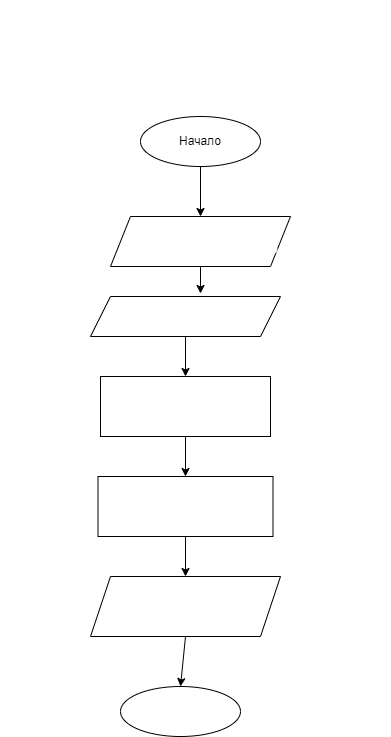
This is Task10/.drawio.png from Tanyavers/HW, a draw.io export, as it was before one commit. Source tidied: cells renumbered, new cells last; positions are measured from the earlier drawing's top-left corner, leaving out a move shared by most shapes. Source of this version:
```xml
<mxGraphModel>
  <root>
    <mxCell id="0" />
    <mxCell id="1" parent="0" />
    <mxCell id="2" value="&lt;br&gt;&lt;br&gt;&lt;font color=&quot;#ffffff&quot;&gt;&lt;strong style=&quot;box-sizing: border-box ; font-weight: 700 ; font-family: &amp;#34;roboto&amp;#34; , &amp;#34;san francisco&amp;#34; , &amp;#34;helvetica neue&amp;#34; , &amp;#34;helvetica&amp;#34; , &amp;#34;arial&amp;#34; ; font-size: 15px ; font-style: normal ; letter-spacing: normal ; text-indent: 0px ; text-transform: none ; word-spacing: 0px&quot;&gt;Задача 10:&lt;/strong&gt;&lt;span style=&quot;font-family: &amp;#34;roboto&amp;#34; , &amp;#34;san francisco&amp;#34; , &amp;#34;helvetica neue&amp;#34; , &amp;#34;helvetica&amp;#34; , &amp;#34;arial&amp;#34; ; font-size: 15px ; font-style: normal ; font-weight: 400 ; letter-spacing: normal ; text-indent: 0px ; text-transform: none ; word-spacing: 0px ; display: inline ; float: none&quot;&gt;&lt;span&gt;&amp;nbsp;&lt;/span&gt;Напишите программу, которая принимает на вход трёхзначное число и на выходе показывает&amp;nbsp;&lt;/span&gt;&lt;strong style=&quot;box-sizing: border-box ; font-weight: 700 ; font-family: &amp;#34;roboto&amp;#34; , &amp;#34;san francisco&amp;#34; , &amp;#34;helvetica neue&amp;#34; , &amp;#34;helvetica&amp;#34; , &amp;#34;arial&amp;#34; ; font-size: 15px ; font-style: normal ; letter-spacing: normal ; text-indent: 0px ; text-transform: none ; word-spacing: 0px&quot;&gt;вторую&lt;/strong&gt;&lt;span style=&quot;font-family: &amp;#34;roboto&amp;#34; , &amp;#34;san francisco&amp;#34; , &amp;#34;helvetica neue&amp;#34; , &amp;#34;helvetica&amp;#34; , &amp;#34;arial&amp;#34; ; font-size: 15px ; font-style: normal ; font-weight: 400 ; letter-spacing: normal ; text-indent: 0px ; text-transform: none ; word-spacing: 0px ; display: inline ; float: none&quot;&gt;&amp;nbsp;цифру этого числа.&lt;/span&gt;&lt;/font&gt;" style="text;html=1;strokeColor=none;fillColor=none;align=center;verticalAlign=middle;whiteSpace=wrap;rounded=0;" parent="1" vertex="1">
      <mxGeometry width="390" height="30" as="geometry" />
    </mxCell>
    <mxCell id="3" style="edgeStyle=none;html=1;exitX=0.5;exitY=1;exitDx=0;exitDy=0;entryX=0.5;entryY=0;entryDx=0;entryDy=0;fontColor=#FFFFFF;" parent="1" edge="1" source="4" target="6">
      <mxGeometry relative="1" as="geometry" />
    </mxCell>
    <mxCell id="4" value="Начало" style="ellipse;whiteSpace=wrap;html=1;" parent="1" vertex="1">
      <mxGeometry x="140" y="90" width="120" height="50" as="geometry" />
    </mxCell>
    <mxCell id="5" style="edgeStyle=none;html=1;exitX=0.5;exitY=1;exitDx=0;exitDy=0;entryX=0.579;entryY=-0.075;entryDx=0;entryDy=0;entryPerimeter=0;fontColor=#FFFFFF;" parent="1" edge="1" source="6" target="8">
      <mxGeometry relative="1" as="geometry" />
    </mxCell>
    <mxCell id="6" value="&lt;font color=&quot;#ffffff&quot;&gt;Вывод&lt;br&gt;Введите трехзначное число&lt;/font&gt;" style="shape=parallelogram;perimeter=parallelogramPerimeter;whiteSpace=wrap;html=1;fixedSize=1;" parent="1" vertex="1">
      <mxGeometry x="110" y="190" width="180" height="50" as="geometry" />
    </mxCell>
    <mxCell id="7" style="edgeStyle=none;html=1;exitX=0.5;exitY=1;exitDx=0;exitDy=0;entryX=0.5;entryY=0;entryDx=0;entryDy=0;fontColor=#FFFFFF;" parent="1" edge="1" source="8" target="10">
      <mxGeometry relative="1" as="geometry" />
    </mxCell>
    <mxCell id="8" value="Ввод&lt;br&gt;a" style="shape=parallelogram;perimeter=parallelogramPerimeter;whiteSpace=wrap;html=1;fixedSize=1;labelBackgroundColor=none;fontColor=#FFFFFF;" parent="1" vertex="1">
      <mxGeometry x="90" y="270" width="190" height="40" as="geometry" />
    </mxCell>
    <mxCell id="9" style="edgeStyle=none;html=1;exitX=0.5;exitY=1;exitDx=0;exitDy=0;entryX=0.5;entryY=0;entryDx=0;entryDy=0;fontColor=#FFFFFF;" parent="1" edge="1" source="10" target="14">
      <mxGeometry relative="1" as="geometry" />
    </mxCell>
    <mxCell id="10" value="&lt;span style=&quot;font-family: &amp;#34;consolas&amp;#34; , &amp;#34;courier new&amp;#34; , monospace ; font-size: 14px&quot;&gt;b = a.ToCharArray&lt;/span&gt;" style="rounded=0;whiteSpace=wrap;html=1;labelBackgroundColor=none;fontColor=#FFFFFF;" parent="1" vertex="1">
      <mxGeometry x="100" y="350" width="170" height="60" as="geometry" />
    </mxCell>
    <mxCell id="11" style="edgeStyle=none;html=1;exitX=0.5;exitY=1;exitDx=0;exitDy=0;entryX=0.5;entryY=0;entryDx=0;entryDy=0;fontColor=#FFFFFF;" parent="1" edge="1" source="12" target="15">
      <mxGeometry relative="1" as="geometry" />
    </mxCell>
    <mxCell id="12" value="Вывод&lt;br&gt;c" style="shape=parallelogram;perimeter=parallelogramPerimeter;whiteSpace=wrap;html=1;fixedSize=1;labelBackgroundColor=none;fontColor=#FFFFFF;" parent="1" vertex="1">
      <mxGeometry x="90" y="550" width="190" height="60" as="geometry" />
    </mxCell>
    <mxCell id="13" style="edgeStyle=none;html=1;exitX=0.5;exitY=1;exitDx=0;exitDy=0;entryX=0.5;entryY=0;entryDx=0;entryDy=0;fontColor=#FFFFFF;" parent="1" edge="1" source="14" target="12">
      <mxGeometry relative="1" as="geometry" />
    </mxCell>
    <mxCell id="14" value="c =&amp;nbsp;&lt;span style=&quot;font-family: &amp;#34;consolas&amp;#34; , &amp;#34;courier new&amp;#34; , monospace ; font-size: 14px&quot;&gt;a&lt;/span&gt;&lt;span style=&quot;font-family: &amp;#34;consolas&amp;#34; , &amp;#34;courier new&amp;#34; , monospace ; font-size: 14px&quot;&gt;+&lt;/span&gt;&lt;span style=&quot;font-family: &amp;#34;consolas&amp;#34; , &amp;#34;courier new&amp;#34; , monospace ; font-size: 14px&quot;&gt;&quot; -&amp;gt; &quot;&lt;/span&gt;&lt;span style=&quot;font-family: &amp;#34;consolas&amp;#34; , &amp;#34;courier new&amp;#34; , monospace ; font-size: 14px&quot;&gt;+&lt;/span&gt;&lt;span style=&quot;font-family: &amp;#34;consolas&amp;#34; , &amp;#34;courier new&amp;#34; , monospace ; font-size: 14px&quot;&gt;a&lt;/span&gt;&lt;span style=&quot;font-family: &amp;#34;consolas&amp;#34; , &amp;#34;courier new&amp;#34; , monospace ; font-size: 14px&quot;&gt;[&lt;/span&gt;&lt;span style=&quot;font-family: &amp;#34;consolas&amp;#34; , &amp;#34;courier new&amp;#34; , monospace ; font-size: 14px&quot;&gt;1&lt;/span&gt;&lt;span style=&quot;font-family: &amp;#34;consolas&amp;#34; , &amp;#34;courier new&amp;#34; , monospace ; font-size: 14px&quot;&gt;]&lt;/span&gt;" style="rounded=0;whiteSpace=wrap;html=1;labelBackgroundColor=none;fontColor=#FFFFFF;" parent="1" vertex="1">
      <mxGeometry x="97.5" y="450" width="175" height="60" as="geometry" />
    </mxCell>
    <mxCell id="15" value="Конец" style="ellipse;whiteSpace=wrap;html=1;labelBackgroundColor=none;fontColor=#FFFFFF;" parent="1" vertex="1">
      <mxGeometry x="120" y="660" width="120" height="50" as="geometry" />
    </mxCell>
  </root>
</mxGraphModel>
```
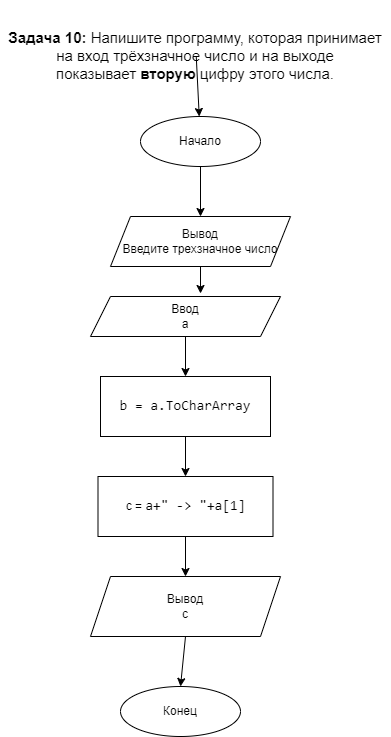
After the change.

Change to the diagram source:
```diff
@@ -2,46 +2,49 @@
   <root>
     <mxCell id="0" />
     <mxCell id="1" parent="0" />
+    <mxCell id="16" style="edgeStyle=none;html=1;fontColor=#000000;" parent="1" edge="1" source="2" target="4">
+      <mxGeometry relative="1" as="geometry" />
+    </mxCell>
-    <mxCell id="2" value="&lt;br&gt;&lt;br&gt;&lt;font color=&quot;#ffffff&quot;&gt;&lt;strong style=&quot;box-sizing: border-box ; font-weight: 700 ; font-family: &amp;#34;roboto&amp;#34; , &amp;#34;san francisco&amp;#34; , &amp;#34;helvetica neue&amp;#34; , &amp;#34;helvetica&amp;#34; , &amp;#34;arial&amp;#34; ; font-size: 15px ; font-style: normal ; letter-spacing: normal ; text-indent: 0px ; text-transform: none ; word-spacing: 0px&quot;&gt;Задача 10:&lt;/strong&gt;&lt;span style=&quot;font-family: &amp;#34;roboto&amp;#34; , &amp;#34;san francisco&amp;#34; , &amp;#34;helvetica neue&amp;#34; , &amp;#34;helvetica&amp;#34; , &amp;#34;arial&amp;#34; ; font-size: 15px ; font-style: normal ; font-weight: 400 ; letter-spacing: normal ; text-indent: 0px ; text-transform: none ; word-spacing: 0px ; display: inline ; float: none&quot;&gt;&lt;span&gt;&amp;nbsp;&lt;/span&gt;Напишите программу, которая принимает на вход трёхзначное число и на выходе показывает&amp;nbsp;&lt;/span&gt;&lt;strong style=&quot;box-sizing: border-box ; font-weight: 700 ; font-family: &amp;#34;roboto&amp;#34; , &amp;#34;san francisco&amp;#34; , &amp;#34;helvetica neue&amp;#34; , &amp;#34;helvetica&amp;#34; , &amp;#34;arial&amp;#34; ; font-size: 15px ; font-style: normal ; letter-spacing: normal ; text-indent: 0px ; text-transform: none ; word-spacing: 0px&quot;&gt;вторую&lt;/strong&gt;&lt;span style=&quot;font-family: &amp;#34;roboto&amp;#34; , &amp;#34;san francisco&amp;#34; , &amp;#34;helvetica neue&amp;#34; , &amp;#34;helvetica&amp;#34; , &amp;#34;arial&amp;#34; ; font-size: 15px ; font-style: normal ; font-weight: 400 ; letter-spacing: normal ; text-indent: 0px ; text-transform: none ; word-spacing: 0px ; display: inline ; float: none&quot;&gt;&amp;nbsp;цифру этого числа.&lt;/span&gt;&lt;/font&gt;" style="text;html=1;strokeColor=none;fillColor=none;align=center;verticalAlign=middle;whiteSpace=wrap;rounded=0;" parent="1" vertex="1">
+    <mxCell id="2" value="&lt;br&gt;&lt;br&gt;&lt;font&gt;&lt;strong style=&quot;box-sizing: border-box ; font-weight: 700 ; font-family: &amp;quot;roboto&amp;quot; , &amp;quot;san francisco&amp;quot; , &amp;quot;helvetica neue&amp;quot; , &amp;quot;helvetica&amp;quot; , &amp;quot;arial&amp;quot; ; font-size: 15px ; font-style: normal ; letter-spacing: normal ; text-indent: 0px ; text-transform: none ; word-spacing: 0px&quot;&gt;Задача 10:&lt;/strong&gt;&lt;span style=&quot;font-family: &amp;quot;roboto&amp;quot; , &amp;quot;san francisco&amp;quot; , &amp;quot;helvetica neue&amp;quot; , &amp;quot;helvetica&amp;quot; , &amp;quot;arial&amp;quot; ; font-size: 15px ; font-style: normal ; font-weight: 400 ; letter-spacing: normal ; text-indent: 0px ; text-transform: none ; word-spacing: 0px ; display: inline ; float: none&quot;&gt;&lt;span&gt;&amp;nbsp;&lt;/span&gt;Напишите программу, которая принимает на вход трёхзначное число и на выходе показывает&amp;nbsp;&lt;/span&gt;&lt;strong style=&quot;box-sizing: border-box ; font-weight: 700 ; font-family: &amp;quot;roboto&amp;quot; , &amp;quot;san francisco&amp;quot; , &amp;quot;helvetica neue&amp;quot; , &amp;quot;helvetica&amp;quot; , &amp;quot;arial&amp;quot; ; font-size: 15px ; font-style: normal ; letter-spacing: normal ; text-indent: 0px ; text-transform: none ; word-spacing: 0px&quot;&gt;вторую&lt;/strong&gt;&lt;span style=&quot;font-family: &amp;quot;roboto&amp;quot; , &amp;quot;san francisco&amp;quot; , &amp;quot;helvetica neue&amp;quot; , &amp;quot;helvetica&amp;quot; , &amp;quot;arial&amp;quot; ; font-size: 15px ; font-style: normal ; font-weight: 400 ; letter-spacing: normal ; text-indent: 0px ; text-transform: none ; word-spacing: 0px ; display: inline ; float: none&quot;&gt;&amp;nbsp;цифру этого числа.&lt;/span&gt;&lt;/font&gt;" style="text;html=1;strokeColor=none;fillColor=none;align=center;verticalAlign=middle;whiteSpace=wrap;rounded=0;fontColor=#000000;" parent="1" vertex="1">
       <mxGeometry width="390" height="30" as="geometry" />
     </mxCell>
-    <mxCell id="3" style="edgeStyle=none;html=1;exitX=0.5;exitY=1;exitDx=0;exitDy=0;entryX=0.5;entryY=0;entryDx=0;entryDy=0;fontColor=#FFFFFF;" parent="1" edge="1" source="4" target="6">
+    <mxCell id="3" style="edgeStyle=none;html=1;exitX=0.5;exitY=1;exitDx=0;exitDy=0;entryX=0.5;entryY=0;entryDx=0;entryDy=0;fontColor=#000000;" parent="1" edge="1" source="4" target="6">
       <mxGeometry relative="1" as="geometry" />
     </mxCell>
-    <mxCell id="4" value="Начало" style="ellipse;whiteSpace=wrap;html=1;" parent="1" vertex="1">
+    <mxCell id="4" value="&lt;font&gt;Начало&lt;/font&gt;" style="ellipse;whiteSpace=wrap;html=1;fontColor=#000000;" parent="1" vertex="1">
       <mxGeometry x="140" y="90" width="120" height="50" as="geometry" />
     </mxCell>
-    <mxCell id="5" style="edgeStyle=none;html=1;exitX=0.5;exitY=1;exitDx=0;exitDy=0;entryX=0.579;entryY=-0.075;entryDx=0;entryDy=0;entryPerimeter=0;fontColor=#FFFFFF;" parent="1" edge="1" source="6" target="8">
+    <mxCell id="5" style="edgeStyle=none;html=1;exitX=0.5;exitY=1;exitDx=0;exitDy=0;entryX=0.579;entryY=-0.075;entryDx=0;entryDy=0;entryPerimeter=0;fontColor=#000000;" parent="1" edge="1" source="6" target="8">
       <mxGeometry relative="1" as="geometry" />
     </mxCell>
-    <mxCell id="6" value="&lt;font color=&quot;#ffffff&quot;&gt;Вывод&lt;br&gt;Введите трехзначное число&lt;/font&gt;" style="shape=parallelogram;perimeter=parallelogramPerimeter;whiteSpace=wrap;html=1;fixedSize=1;" parent="1" vertex="1">
+    <mxCell id="6" value="&lt;font&gt;Вывод&lt;br&gt;Введите трехзначное число&lt;/font&gt;" style="shape=parallelogram;perimeter=parallelogramPerimeter;whiteSpace=wrap;html=1;fixedSize=1;fontColor=#000000;" parent="1" vertex="1">
       <mxGeometry x="110" y="190" width="180" height="50" as="geometry" />
     </mxCell>
-    <mxCell id="7" style="edgeStyle=none;html=1;exitX=0.5;exitY=1;exitDx=0;exitDy=0;entryX=0.5;entryY=0;entryDx=0;entryDy=0;fontColor=#FFFFFF;" parent="1" edge="1" source="8" target="10">
+    <mxCell id="7" style="edgeStyle=none;html=1;exitX=0.5;exitY=1;exitDx=0;exitDy=0;entryX=0.5;entryY=0;entryDx=0;entryDy=0;fontColor=#000000;" parent="1" edge="1" source="8" target="10">
       <mxGeometry relative="1" as="geometry" />
     </mxCell>
-    <mxCell id="8" value="Ввод&lt;br&gt;a" style="shape=parallelogram;perimeter=parallelogramPerimeter;whiteSpace=wrap;html=1;fixedSize=1;labelBackgroundColor=none;fontColor=#FFFFFF;" parent="1" vertex="1">
+    <mxCell id="8" value="Ввод&lt;br&gt;a" style="shape=parallelogram;perimeter=parallelogramPerimeter;whiteSpace=wrap;html=1;fixedSize=1;labelBackgroundColor=none;fontColor=#000000;" parent="1" vertex="1">
       <mxGeometry x="90" y="270" width="190" height="40" as="geometry" />
     </mxCell>
-    <mxCell id="9" style="edgeStyle=none;html=1;exitX=0.5;exitY=1;exitDx=0;exitDy=0;entryX=0.5;entryY=0;entryDx=0;entryDy=0;fontColor=#FFFFFF;" parent="1" edge="1" source="10" target="14">
+    <mxCell id="9" style="edgeStyle=none;html=1;exitX=0.5;exitY=1;exitDx=0;exitDy=0;entryX=0.5;entryY=0;entryDx=0;entryDy=0;fontColor=#000000;" parent="1" edge="1" source="10" target="14">
       <mxGeometry relative="1" as="geometry" />
     </mxCell>
-    <mxCell id="10" value="&lt;span style=&quot;font-family: &amp;#34;consolas&amp;#34; , &amp;#34;courier new&amp;#34; , monospace ; font-size: 14px&quot;&gt;b = a.ToCharArray&lt;/span&gt;" style="rounded=0;whiteSpace=wrap;html=1;labelBackgroundColor=none;fontColor=#FFFFFF;" parent="1" vertex="1">
+    <mxCell id="10" value="&lt;span style=&quot;font-family: &amp;quot;consolas&amp;quot; , &amp;quot;courier new&amp;quot; , monospace ; font-size: 14px&quot;&gt;b = a.ToCharArray&lt;/span&gt;" style="rounded=0;whiteSpace=wrap;html=1;labelBackgroundColor=none;fontColor=#000000;" parent="1" vertex="1">
       <mxGeometry x="100" y="350" width="170" height="60" as="geometry" />
     </mxCell>
-    <mxCell id="11" style="edgeStyle=none;html=1;exitX=0.5;exitY=1;exitDx=0;exitDy=0;entryX=0.5;entryY=0;entryDx=0;entryDy=0;fontColor=#FFFFFF;" parent="1" edge="1" source="12" target="15">
+    <mxCell id="11" style="edgeStyle=none;html=1;exitX=0.5;exitY=1;exitDx=0;exitDy=0;entryX=0.5;entryY=0;entryDx=0;entryDy=0;fontColor=#000000;" parent="1" edge="1" source="12" target="15">
       <mxGeometry relative="1" as="geometry" />
     </mxCell>
-    <mxCell id="12" value="Вывод&lt;br&gt;c" style="shape=parallelogram;perimeter=parallelogramPerimeter;whiteSpace=wrap;html=1;fixedSize=1;labelBackgroundColor=none;fontColor=#FFFFFF;" parent="1" vertex="1">
+    <mxCell id="12" value="Вывод&lt;br&gt;c" style="shape=parallelogram;perimeter=parallelogramPerimeter;whiteSpace=wrap;html=1;fixedSize=1;labelBackgroundColor=none;fontColor=#000000;" parent="1" vertex="1">
       <mxGeometry x="90" y="550" width="190" height="60" as="geometry" />
     </mxCell>
-    <mxCell id="13" style="edgeStyle=none;html=1;exitX=0.5;exitY=1;exitDx=0;exitDy=0;entryX=0.5;entryY=0;entryDx=0;entryDy=0;fontColor=#FFFFFF;" parent="1" edge="1" source="14" target="12">
+    <mxCell id="13" style="edgeStyle=none;html=1;exitX=0.5;exitY=1;exitDx=0;exitDy=0;entryX=0.5;entryY=0;entryDx=0;entryDy=0;fontColor=#000000;" parent="1" edge="1" source="14" target="12">
       <mxGeometry relative="1" as="geometry" />
     </mxCell>
-    <mxCell id="14" value="c =&amp;nbsp;&lt;span style=&quot;font-family: &amp;#34;consolas&amp;#34; , &amp;#34;courier new&amp;#34; , monospace ; font-size: 14px&quot;&gt;a&lt;/span&gt;&lt;span style=&quot;font-family: &amp;#34;consolas&amp;#34; , &amp;#34;courier new&amp;#34; , monospace ; font-size: 14px&quot;&gt;+&lt;/span&gt;&lt;span style=&quot;font-family: &amp;#34;consolas&amp;#34; , &amp;#34;courier new&amp;#34; , monospace ; font-size: 14px&quot;&gt;&quot; -&amp;gt; &quot;&lt;/span&gt;&lt;span style=&quot;font-family: &amp;#34;consolas&amp;#34; , &amp;#34;courier new&amp;#34; , monospace ; font-size: 14px&quot;&gt;+&lt;/span&gt;&lt;span style=&quot;font-family: &amp;#34;consolas&amp;#34; , &amp;#34;courier new&amp;#34; , monospace ; font-size: 14px&quot;&gt;a&lt;/span&gt;&lt;span style=&quot;font-family: &amp;#34;consolas&amp;#34; , &amp;#34;courier new&amp;#34; , monospace ; font-size: 14px&quot;&gt;[&lt;/span&gt;&lt;span style=&quot;font-family: &amp;#34;consolas&amp;#34; , &amp;#34;courier new&amp;#34; , monospace ; font-size: 14px&quot;&gt;1&lt;/span&gt;&lt;span style=&quot;font-family: &amp;#34;consolas&amp;#34; , &amp;#34;courier new&amp;#34; , monospace ; font-size: 14px&quot;&gt;]&lt;/span&gt;" style="rounded=0;whiteSpace=wrap;html=1;labelBackgroundColor=none;fontColor=#FFFFFF;" parent="1" vertex="1">
+    <mxCell id="14" value="c =&amp;nbsp;&lt;span style=&quot;font-family: &amp;quot;consolas&amp;quot; , &amp;quot;courier new&amp;quot; , monospace ; font-size: 14px&quot;&gt;a&lt;/span&gt;&lt;span style=&quot;font-family: &amp;quot;consolas&amp;quot; , &amp;quot;courier new&amp;quot; , monospace ; font-size: 14px&quot;&gt;+&lt;/span&gt;&lt;span style=&quot;font-family: &amp;quot;consolas&amp;quot; , &amp;quot;courier new&amp;quot; , monospace ; font-size: 14px&quot;&gt;&quot; -&amp;gt; &quot;&lt;/span&gt;&lt;span style=&quot;font-family: &amp;quot;consolas&amp;quot; , &amp;quot;courier new&amp;quot; , monospace ; font-size: 14px&quot;&gt;+&lt;/span&gt;&lt;span style=&quot;font-family: &amp;quot;consolas&amp;quot; , &amp;quot;courier new&amp;quot; , monospace ; font-size: 14px&quot;&gt;a&lt;/span&gt;&lt;span style=&quot;font-family: &amp;quot;consolas&amp;quot; , &amp;quot;courier new&amp;quot; , monospace ; font-size: 14px&quot;&gt;[&lt;/span&gt;&lt;span style=&quot;font-family: &amp;quot;consolas&amp;quot; , &amp;quot;courier new&amp;quot; , monospace ; font-size: 14px&quot;&gt;1&lt;/span&gt;&lt;span style=&quot;font-family: &amp;quot;consolas&amp;quot; , &amp;quot;courier new&amp;quot; , monospace ; font-size: 14px&quot;&gt;]&lt;/span&gt;" style="rounded=0;whiteSpace=wrap;html=1;labelBackgroundColor=none;fontColor=#000000;" parent="1" vertex="1">
       <mxGeometry x="97.5" y="450" width="175" height="60" as="geometry" />
     </mxCell>
-    <mxCell id="15" value="Конец" style="ellipse;whiteSpace=wrap;html=1;labelBackgroundColor=none;fontColor=#FFFFFF;" parent="1" vertex="1">
+    <mxCell id="15" value="Конец" style="ellipse;whiteSpace=wrap;html=1;labelBackgroundColor=none;fontColor=#000000;" parent="1" vertex="1">
       <mxGeometry x="120" y="660" width="120" height="50" as="geometry" />
     </mxCell>
   </root>
```
